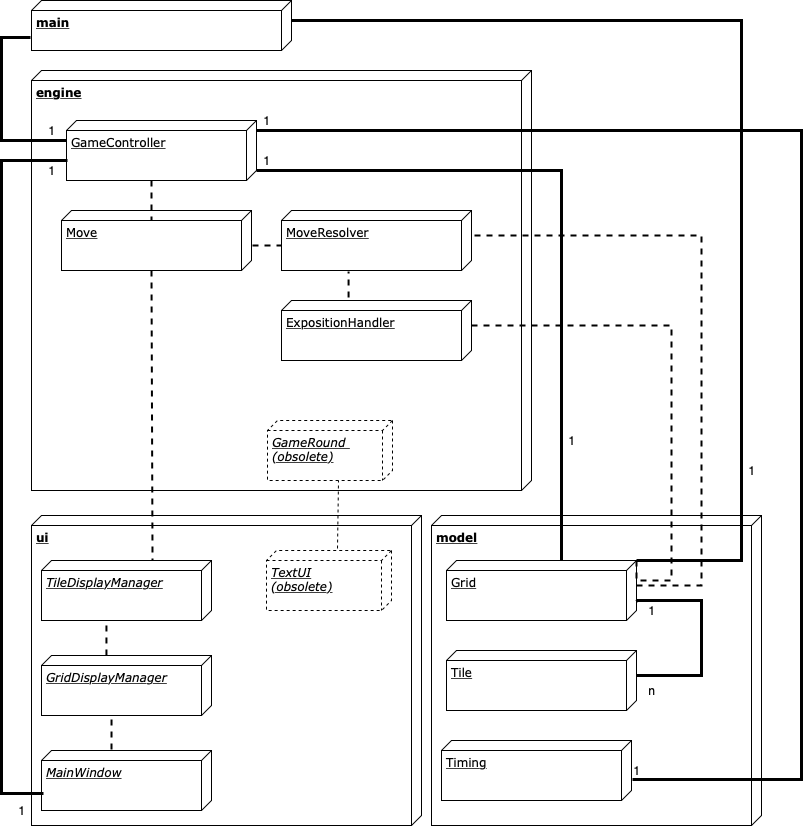
Before: dokumentointi/MineSweeper_architecture.png, a diagram exported from draw.io (TommiON/Miinaharava). Source tidied: cells renumbered, new cells last; positions are measured from the earlier drawing's top-left corner, leaving out a move shared by most shapes.
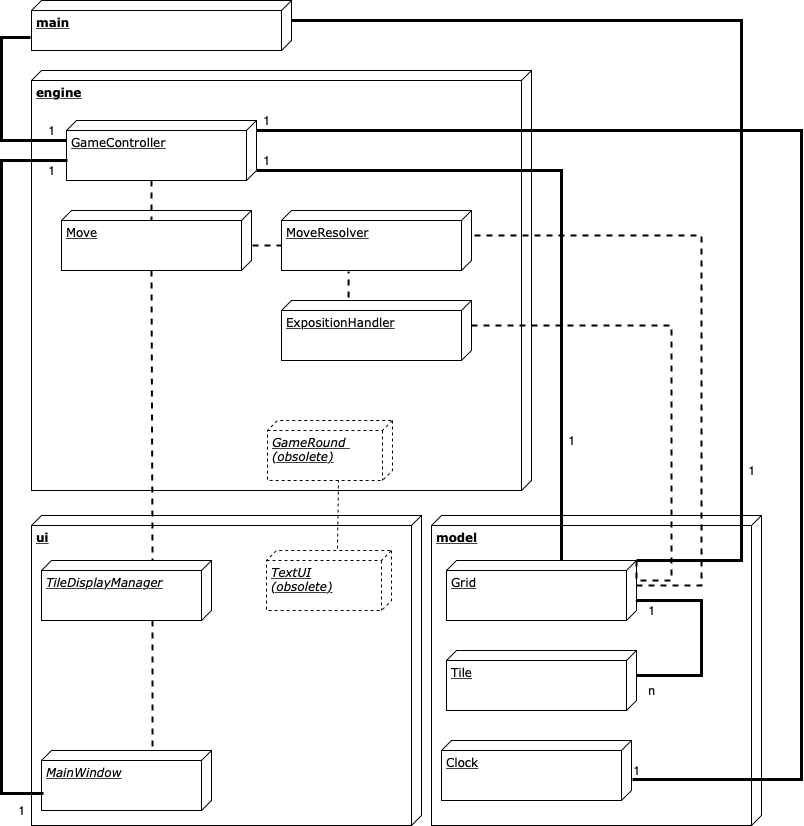
After the commit.

What changed in the source:
```diff
@@ -99,11 +99,6 @@
     <mxCell id="24" value="1" style="text;html=1;strokeColor=none;fillColor=none;align=center;verticalAlign=middle;whiteSpace=wrap;rounded=0;" parent="1" vertex="1">
       <mxGeometry y="800" width="40" height="20" as="geometry" />
     </mxCell>
-    <mxCell id="25" style="endArrow=none;html=1;dashed=1;strokeWidth=2;entryX=1;entryY=0.588;entryDx=0;entryDy=0;entryPerimeter=0;" parent="1" edge="1" target="39">
-      <mxGeometry relative="1" as="geometry">
-        <mxPoint x="110" y="749" as="sourcePoint" />
-      </mxGeometry>
-    </mxCell>
     <mxCell id="26" style="endArrow=none;html=1;dashed=1;strokeWidth=2;" parent="1" edge="1">
       <mxGeometry relative="1" as="geometry">
         <mxPoint x="150" y="180" as="sourcePoint" />
@@ -144,7 +139,7 @@
     <mxCell id="33" value="&lt;i&gt;GameRound &lt;br&gt;(obsolete)&lt;/i&gt;" style="verticalAlign=top;align=left;spacingTop=8;spacingLeft=2;spacingRight=12;shape=cube;size=10;direction=south;fontStyle=4;html=1;rounded=0;shadow=0;comic=0;labelBackgroundColor=none;strokeWidth=1;fontFamily=Verdana;fontSize=12;dashed=1;" parent="1" vertex="1">
       <mxGeometry x="266" y="420" width="125" height="60" as="geometry" />
     </mxCell>
-    <mxCell id="34" value="Timing" style="verticalAlign=top;align=left;spacingTop=8;spacingLeft=2;spacingRight=12;shape=cube;size=10;direction=south;fontStyle=4;html=1;rounded=0;shadow=0;comic=0;labelBackgroundColor=none;strokeWidth=1;fontFamily=Verdana;fontSize=12;" parent="1" vertex="1">
+    <mxCell id="34" value="Clock" style="verticalAlign=top;align=left;spacingTop=8;spacingLeft=2;spacingRight=12;shape=cube;size=10;direction=south;fontStyle=4;html=1;rounded=0;shadow=0;comic=0;labelBackgroundColor=none;strokeWidth=1;fontFamily=Verdana;fontSize=12;" parent="1" vertex="1">
       <mxGeometry x="440" y="740" width="190" height="60" as="geometry" />
     </mxCell>
     <mxCell id="35" style="edgeStyle=orthogonalEdgeStyle;rounded=0;html=1;labelBackgroundColor=none;startArrow=none;startFill=0;startSize=8;endArrow=none;endFill=0;endSize=16;fontFamily=Verdana;fontSize=12;strokeWidth=3;exitX=0.65;exitY=-0.005;exitDx=0;exitDy=0;exitPerimeter=0;" parent="1" edge="1" source="34">
@@ -167,17 +162,16 @@
         <mxPoint x="336" y="548" as="sourcePoint" />
       </mxGeometry>
     </mxCell>
-    <mxCell id="39" value="&lt;i&gt;GridDisplayManager&lt;/i&gt;" style="verticalAlign=top;align=left;spacingTop=8;spacingLeft=2;spacingRight=12;shape=cube;size=10;direction=south;fontStyle=4;html=1;rounded=0;shadow=0;comic=0;labelBackgroundColor=none;strokeWidth=1;fontFamily=Verdana;fontSize=12;" parent="1" vertex="1">
-      <mxGeometry x="40" y="655" width="170" height="60" as="geometry" />
-    </mxCell>
     <mxCell id="40" value="&lt;i&gt;TileDisplayManager&lt;/i&gt;" style="verticalAlign=top;align=left;spacingTop=8;spacingLeft=2;spacingRight=12;shape=cube;size=10;direction=south;fontStyle=4;html=1;rounded=0;shadow=0;comic=0;labelBackgroundColor=none;strokeWidth=1;fontFamily=Verdana;fontSize=12;" parent="1" vertex="1">
       <mxGeometry x="40" y="560" width="170" height="60" as="geometry" />
     </mxCell>
-    <mxCell id="41" style="endArrow=none;html=1;dashed=1;strokeWidth=2;exitX=1.083;exitY=0.618;exitDx=0;exitDy=0;exitPerimeter=0;entryX=0;entryY=0.618;entryDx=0;entryDy=0;entryPerimeter=0;" parent="1" edge="1" source="40" target="39">
-      <mxGeometry relative="1" as="geometry" />
-    </mxCell>
     <mxCell id="42" style="endArrow=none;html=1;dashed=1;strokeWidth=2;exitX=0;exitY=0;exitDx=60;exitDy=100;exitPerimeter=0;entryX=0;entryY=0.347;entryDx=0;entryDy=0;entryPerimeter=0;" parent="1" edge="1" source="19" target="40">
       <mxGeometry relative="1" as="geometry" />
     </mxCell>
+    <mxCell id="43" style="endArrow=none;html=1;dashed=1;strokeWidth=2;entryX=-0.067;entryY=0.347;entryDx=0;entryDy=0;entryPerimeter=0;" parent="1" edge="1" target="17">
+      <mxGeometry relative="1" as="geometry">
+        <mxPoint x="151" y="620" as="sourcePoint" />
+      </mxGeometry>
+    </mxCell>
   </root>
 </mxGraphModel>
```
